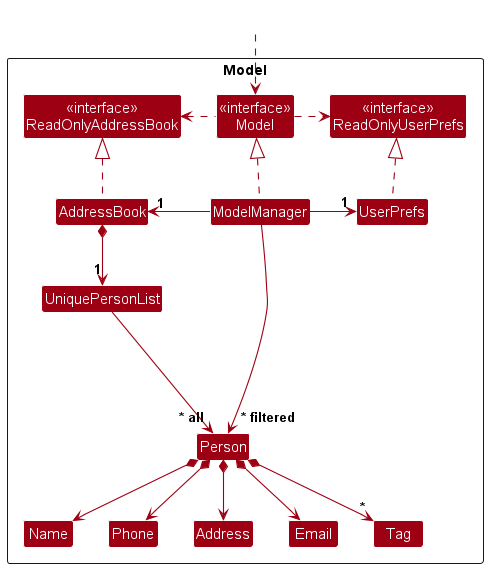
Above: docs/images/ModelClassDiagram.png in nus-cs2103-AY2425S1/tp (PlantUML), before the change.
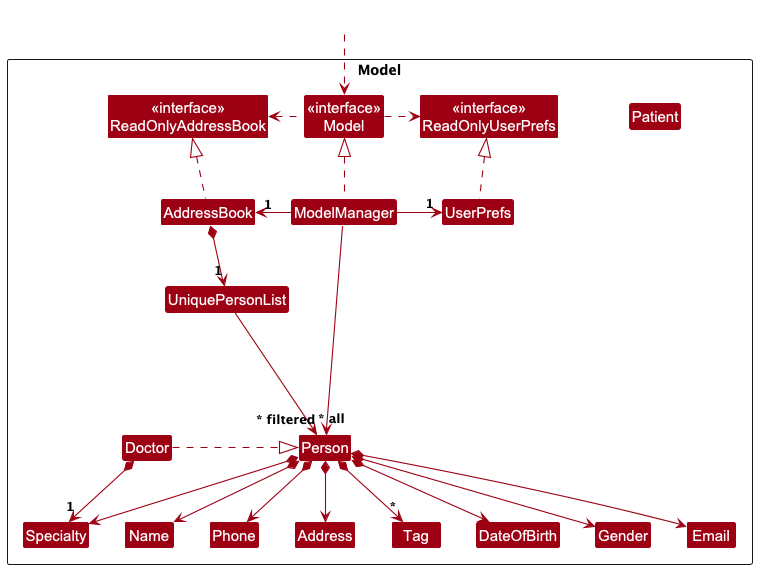
After the change.

Diff of the diagram source:
```diff
@@ -5,22 +5,44 @@
 skinparam classBackgroundColor MODEL_COLOR
 
 Package Model as ModelPackage <<Rectangle>>{
-Class "<<interface>>\nReadOnlyAddressBook" as ReadOnlyAddressBook
-Class "<<interface>>\nReadOnlyUserPrefs" as ReadOnlyUserPrefs
-Class "<<interface>>\nModel" as Model
-Class AddressBook
-Class ModelManager
-Class UserPrefs
+    Class "<<interface>>\nReadOnlyAddressBook" as ReadOnlyAddressBook
+    Class "<<interface>>\nReadOnlyUserPrefs" as ReadOnlyUserPrefs
+    Class "<<interface>>\nModel" as Model
+    Class AddressBook
+    Class ModelManager
+    Class UserPrefs
 
-Class UniquePersonList
-Class Person
-Class Address
-Class Email
-Class Name
-Class Phone
-Class Tag
+    Class UniquePersonList
 
-Class I #FFFFFF
+    Class Person {
+        - Name name
+        - Phone phone
+        - Email email
+        - Address address
+        - Set<Tag> tags
+    }
+
+    Class Doctor {
+        - Specialty specialty
+        + Doctor(Name, Phone, Email, Address, Specialty, Set<Tag>)
+    }
+
+    Class Patient {
+            - Gender gender
+            - DateOfBirth dateofbirth
+            + Doctor(Name, Phone, Email, Address, Specialty, Set<Tag>)
+    }
+
+    Class Address
+    Class Email
+    Class Name
+    Class Phone
+    Class Tag
+    Class Specialty
+    Class DateOfBirth
+    Class Gender
+
+    Class I #FFFFFF
 }
 
 Class HiddenOutside #FFFFFF
@@ -42,6 +64,12 @@
 Person *--> Email
 Person *--> Address
 Person *--> "*" Tag
+Person *--> DateOfBirth
+Person *--> Specialty
+Person *--> Gender
+
+Doctor .right.|> Person
+Doctor *--> "1" Specialty
 
 Person -[hidden]up--> I
 UniquePersonList -[hidden]right-> I
```
